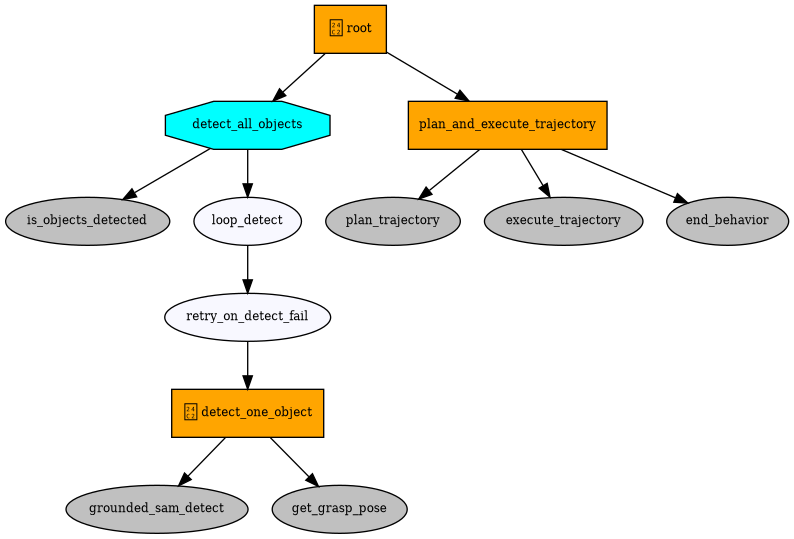
This is examples/root.png from toyat522/anypick_dk, a Graphviz export, as it was before one commit. Its source is kept beside it as examples/root.dot.
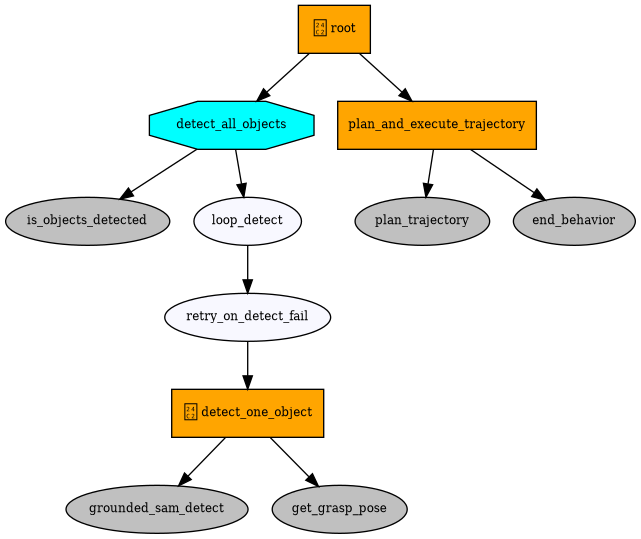
After the change.

What changed in the source:
```diff
@@ -22,8 +22,6 @@
 root -> plan_and_execute_trajectory;
 plan_trajectory [label="plan_trajectory", shape=ellipse, style=filled, fillcolor=gray, fontsize=9, fontcolor=black];
 plan_and_execute_trajectory -> plan_trajectory;
-execute_trajectory [label="execute_trajectory", shape=ellipse, style=filled, fillcolor=gray, fontsize=9, fontcolor=black];
-plan_and_execute_trajectory -> execute_trajectory;
 end_behavior [label="end_behavior", shape=ellipse, style=filled, fillcolor=gray, fontsize=9, fontcolor=black];
 plan_and_execute_trajectory -> end_behavior;
 }
```
